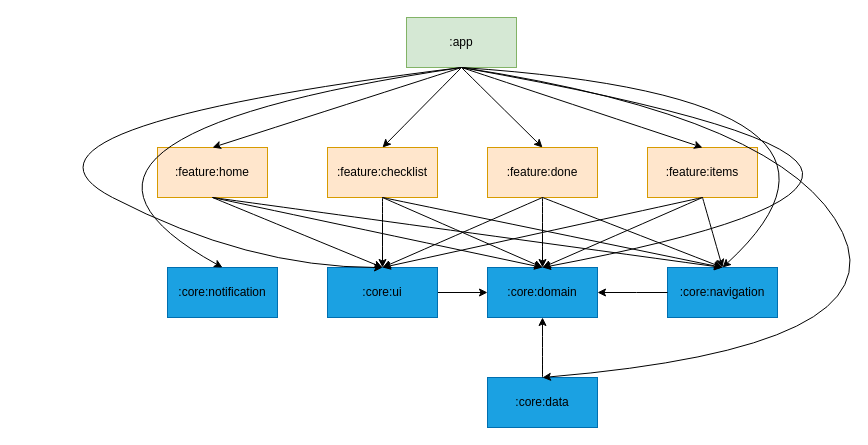
This is docs/airchitecture/ModuleStructure.drawio from Nkot117/GoSmart, a draw.io file, before an edit. Source tidied: cells renumbered, new cells numbered last; positions are measured from the earlier drawing's top-left corner, leaving out a move shared by most shapes. Both pictures are drawn from the tidied source at 100%, with x=0, y=0 at pixel (-23, 17).
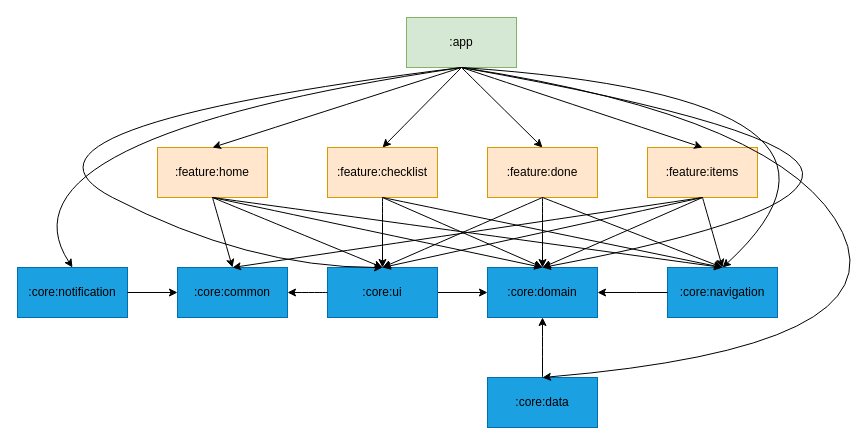
After the change.

The change refers to these unchanged cells:
```xml
<mxCell id="3" value="&lt;font&gt;:feature:home&lt;/font&gt;" style="html=1;whiteSpace=wrap;fillColor=#ffe6cc;strokeColor=#d79b00;fontColor=#000000;" parent="1" vertex="1">
  <mxGeometry x="180" y="130" width="110" height="50" as="geometry" />
</mxCell>
<mxCell id="6" value="&lt;font&gt;:feature:items&lt;/font&gt;" style="html=1;whiteSpace=wrap;fillColor=#ffe6cc;strokeColor=#d79b00;fontColor=#000000;" parent="1" vertex="1">
  <mxGeometry x="670" y="130" width="110" height="50" as="geometry" />
</mxCell>
<mxCell id="8" value="&lt;font&gt;:core:ui&lt;/font&gt;" style="html=1;whiteSpace=wrap;fillColor=#1ba1e2;fontColor=#000000;strokeColor=#006EAF;" parent="1" vertex="1">
  <mxGeometry x="350" y="250" width="110" height="50" as="geometry" />
</mxCell>
```

What changed in the source:
```diff
@@
     <mxCell id="34" value="&lt;font&gt;:core:notification&lt;/font&gt;" style="html=1;whiteSpace=wrap;fillColor=#1ba1e2;fontColor=#000000;strokeColor=#006EAF;" parent="1" vertex="1">
-      <mxGeometry x="190" y="250" width="110" height="50" as="geometry" />
+      <mxGeometry x="40" y="250" width="110" height="50" as="geometry" />
     </mxCell>
@@
+    <mxCell id="36" value="&lt;font&gt;:core:common&lt;/font&gt;" style="html=1;whiteSpace=wrap;fillColor=#1ba1e2;fontColor=#000000;strokeColor=#006EAF;" parent="1" vertex="1">
+      <mxGeometry x="200" y="250" width="110" height="50" as="geometry" />
+    </mxCell>
+    <mxCell id="37" style="edgeStyle=none;html=1;" parent="1" edge="1" source="34" target="36">
+      <mxGeometry relative="1" as="geometry" />
+    </mxCell>
+    <mxCell id="38" style="curved=1;endArrow=classic;html=1;rounded=0;entryX=0.5;entryY=0;entryDx=0;entryDy=0;exitX=0.5;exitY=1;exitDx=0;exitDy=0;" parent="1" edge="1" source="3" target="36">
+      <mxGeometry relative="1" as="geometry" />
+    </mxCell>
+    <mxCell id="39" style="curved=1;endArrow=classic;html=1;rounded=0;entryX=0.5;entryY=0;entryDx=0;entryDy=0;exitX=0.5;exitY=1;exitDx=0;exitDy=0;" parent="1" edge="1" source="6" target="36">
+      <mxGeometry relative="1" as="geometry" />
+    </mxCell>
+    <mxCell id="40" style="curved=1;endArrow=classic;html=1;rounded=0;entryX=1;entryY=0.5;entryDx=0;entryDy=0;exitX=0;exitY=0.5;exitDx=0;exitDy=0;" parent="1" edge="1" source="8" target="36">
+      <mxGeometry relative="1" as="geometry" />
+    </mxCell>
```
